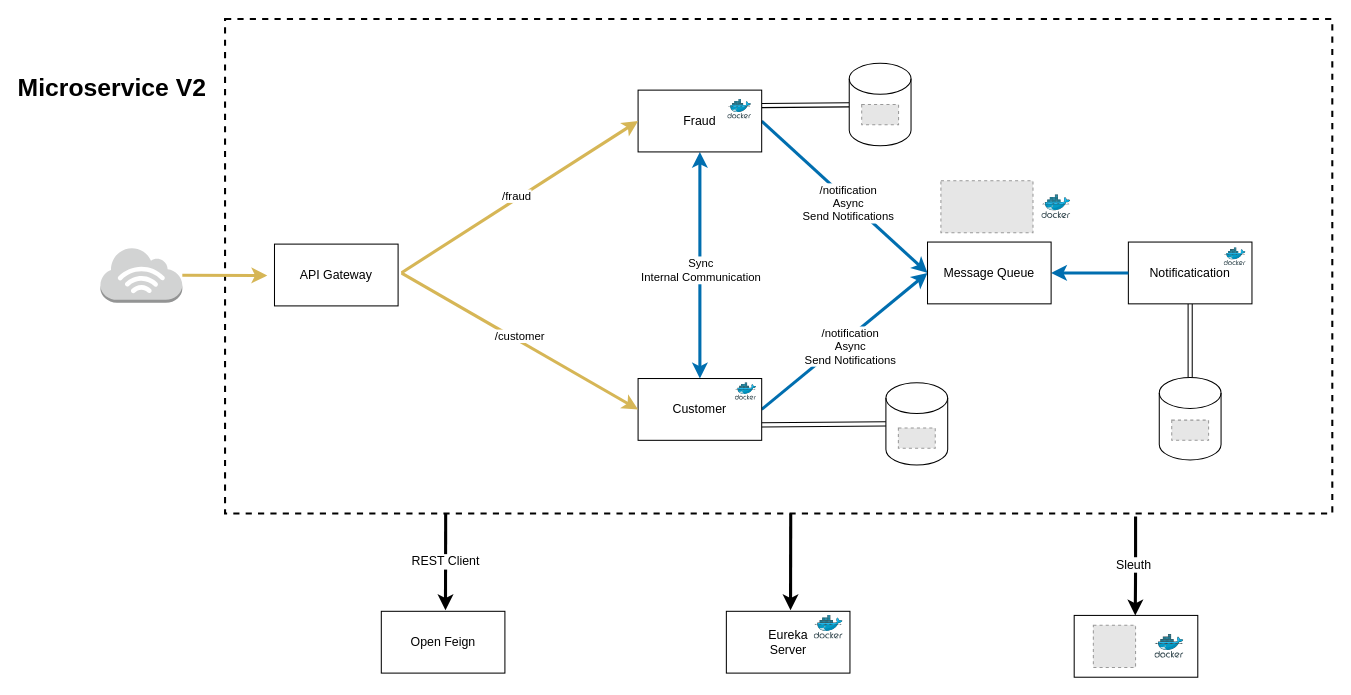
The draw.io diagram page "Main" (1 of 9) of files/MicroserviceV2.drawio in ricardorqr/microserviceV2, before the edit. Source tidied: cells renumbered, new cells numbered last; positions are measured from the earlier drawing's top-left corner, leaving out a move shared by most shapes. Both pictures are drawn from the tidied source at 103%, with x=0, y=0 at pixel (60, 19). Pictures stored in the file or linked from it are replaced by grey dashed boxes.
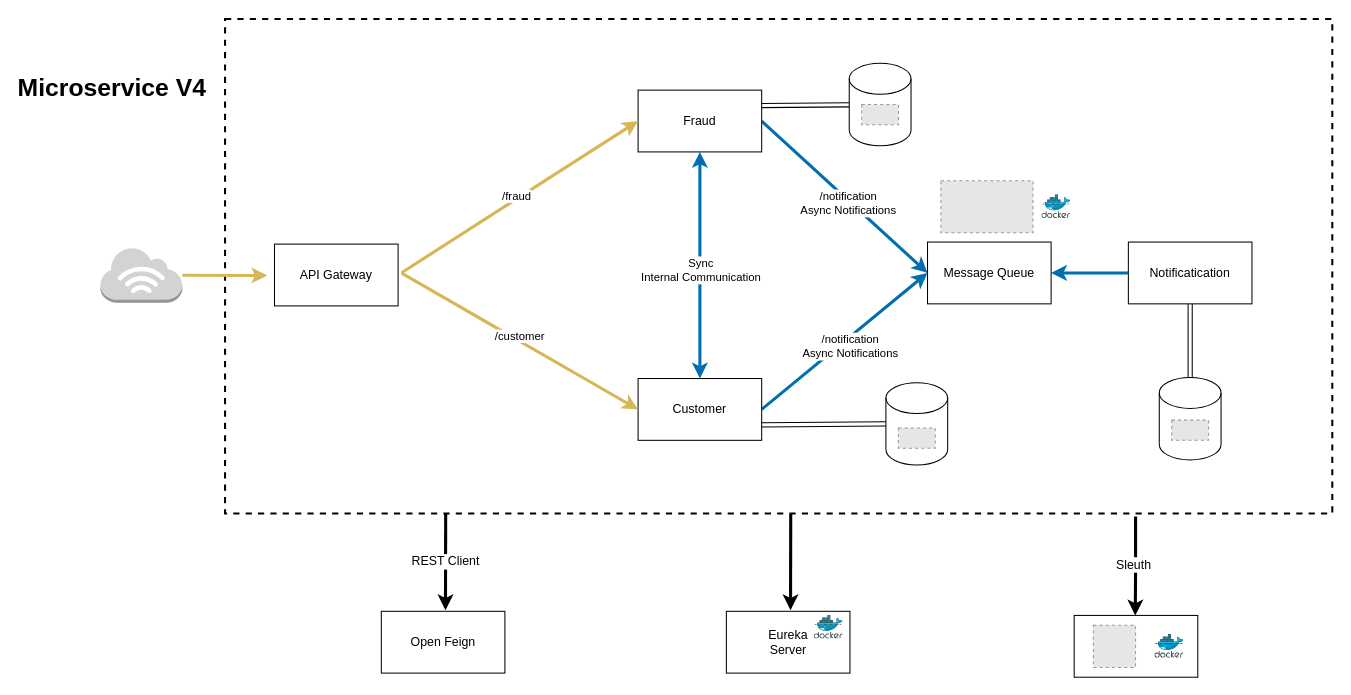
The same page after the edit.

The change refers to these unchanged cells:
```xml
<mxCell id="5" style="edgeStyle=none;html=1;exitX=1;exitY=0.5;exitDx=0;exitDy=0;entryX=0;entryY=0.5;entryDx=0;entryDy=0;strokeWidth=3;fillColor=#1ba1e2;strokeColor=#006EAF;" parent="1" edge="1" source="10" target="37">
  <mxGeometry relative="1" as="geometry" />
</mxCell>
<mxCell id="11" style="edgeStyle=none;html=1;exitX=1;exitY=0.5;exitDx=0;exitDy=0;entryX=0;entryY=0.5;entryDx=0;entryDy=0;fillColor=#1ba1e2;strokeColor=#006EAF;strokeWidth=3;" parent="1" edge="1" source="14" target="37">
  <mxGeometry relative="1" as="geometry" />
</mxCell>
```

What changed in the source:
```diff
@@
-    <mxCell id="6" value="/notification&lt;br&gt;Async&lt;br&gt;Send Notifications" style="edgeLabel;html=1;align=center;verticalAlign=middle;" parent="5" vertex="1">
+    <mxCell id="6" value="/notification&lt;br&gt;Async Notifications" style="edgeLabel;html=1;align=center;verticalAlign=middle;" parent="5" vertex="1">
       <mxGeometry x="-0.17" y="-2" relative="1" as="geometry">
         <mxPoint x="17" y="-8" as="offset" />
       </mxGeometry>
     </mxCell>
@@
-    <mxCell id="12" value="/notification&lt;br&gt;Async &lt;br&gt;Send Notifications" style="edgeLabel;html=1;align=center;verticalAlign=middle;" parent="11" vertex="1">
+    <mxCell id="12" value="/notification&lt;br&gt;Async Notifications" style="edgeLabel;html=1;align=center;verticalAlign=middle;" parent="11" vertex="1">
       <mxGeometry x="0.05" y="-2" relative="1" as="geometry" />
     </mxCell>
@@
-    <mxCell id="28" style="html=1;align=center;image;fontSize=12;image=img/lib/mscae/Docker.svg;strokeColor=#000000;strokeWidth=0;fillColor=none;" parent="1" vertex="1">
-      <mxGeometry x="648.1" y="78" width="23.1" height="19" as="geometry" />
-    </mxCell>
-    <mxCell id="29" style="html=1;align=center;image;fontSize=12;image=img/lib/mscae/Docker.svg;strokeColor=#000000;strokeWidth=0;fillColor=none;" parent="1" vertex="1">
-      <mxGeometry x="655.4" y="353" width="20.7" height="17" as="geometry" />
-    </mxCell>
@@
-    <mxCell id="34" style="html=1;align=center;image;fontSize=12;image=img/lib/mscae/Docker.svg;strokeColor=#000000;strokeWidth=0;fillColor=none;" parent="1" vertex="1">
-      <mxGeometry x="1130" y="222" width="21.3" height="17.5" as="geometry" />
-    </mxCell>
@@
-    <mxCell id="43" value="Microservice V2" style="text;strokeColor=none;fillColor=none;html=1;fontSize=24;fontStyle=1;verticalAlign=middle;align=center;" parent="1" vertex="1">
+    <mxCell id="43" value="Microservice V4" style="text;strokeColor=none;fillColor=none;html=1;fontSize=24;fontStyle=1;verticalAlign=middle;align=center;" parent="1" vertex="1">
       <mxGeometry y="47" width="100" height="40" as="geometry" />
     </mxCell>
```
